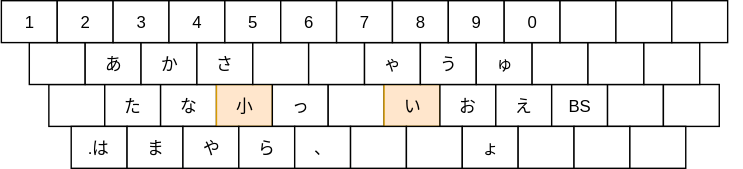
Before: layout_image.drawio.svg, a diagram exported from draw.io (funatsufumiya/pc-f-layout). Source tidied: cells renumbered, new cells last; positions are measured from the earlier drawing's top-left corner, leaving out a move shared by most shapes.
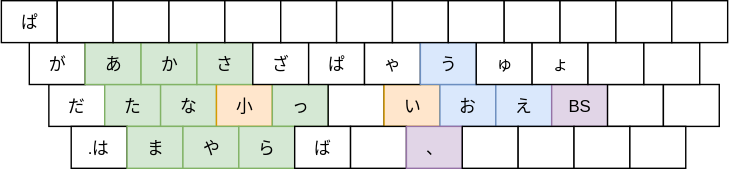
The same diagram one commit later.

Diff of the diagram source:
```diff
@@ -2,19 +2,19 @@
   <root>
     <mxCell id="0" />
     <mxCell id="1" parent="0" />
-    <mxCell id="2" style="rounded=0;whiteSpace=wrap;html=1;" parent="1" vertex="1">
+    <mxCell id="2" value="だ" style="rounded=0;whiteSpace=wrap;html=1;" parent="1" vertex="1">
       <mxGeometry x="34" y="60" width="40" height="30" as="geometry" />
     </mxCell>
-    <mxCell id="3" value="た" style="rounded=0;whiteSpace=wrap;html=1;" parent="1" vertex="1">
+    <mxCell id="3" value="た" style="rounded=0;whiteSpace=wrap;html=1;fillColor=#d5e8d4;strokeColor=#82b366;" parent="1" vertex="1">
       <mxGeometry x="74" y="60" width="40" height="30" as="geometry" />
     </mxCell>
-    <mxCell id="4" value="な" style="rounded=0;whiteSpace=wrap;html=1;" parent="1" vertex="1">
+    <mxCell id="4" value="な" style="rounded=0;whiteSpace=wrap;html=1;fillColor=#d5e8d4;strokeColor=#82b366;" parent="1" vertex="1">
       <mxGeometry x="114" y="60" width="40" height="30" as="geometry" />
     </mxCell>
     <mxCell id="5" value="小" style="rounded=0;whiteSpace=wrap;html=1;fillColor=#ffe6cc;strokeColor=#d79b00;" parent="1" vertex="1">
       <mxGeometry x="154" y="60" width="40" height="30" as="geometry" />
     </mxCell>
-    <mxCell id="6" value="っ" style="rounded=0;whiteSpace=wrap;html=1;" parent="1" vertex="1">
+    <mxCell id="6" value="っ" style="rounded=0;whiteSpace=wrap;html=1;fillColor=#d5e8d4;strokeColor=#82b366;" parent="1" vertex="1">
       <mxGeometry x="194" y="60" width="40" height="30" as="geometry" />
     </mxCell>
     <mxCell id="7" style="rounded=0;whiteSpace=wrap;html=1;" parent="1" vertex="1">
@@ -23,13 +23,13 @@
     <mxCell id="8" value="い" style="rounded=0;whiteSpace=wrap;html=1;fillColor=#ffe6cc;strokeColor=#d79b00;" parent="1" vertex="1">
       <mxGeometry x="274" y="60" width="40" height="30" as="geometry" />
     </mxCell>
-    <mxCell id="9" value="お" style="rounded=0;whiteSpace=wrap;html=1;" parent="1" vertex="1">
+    <mxCell id="9" value="お" style="rounded=0;whiteSpace=wrap;html=1;fillColor=#dae8fc;strokeColor=#6c8ebf;" parent="1" vertex="1">
       <mxGeometry x="314" y="60" width="40" height="30" as="geometry" />
     </mxCell>
-    <mxCell id="10" value="え" style="rounded=0;whiteSpace=wrap;html=1;" parent="1" vertex="1">
+    <mxCell id="10" value="え" style="rounded=0;whiteSpace=wrap;html=1;fillColor=#dae8fc;strokeColor=#6c8ebf;" parent="1" vertex="1">
       <mxGeometry x="354" y="60" width="40" height="30" as="geometry" />
     </mxCell>
-    <mxCell id="11" value="BS" style="rounded=0;whiteSpace=wrap;html=1;" parent="1" vertex="1">
+    <mxCell id="11" value="BS" style="rounded=0;whiteSpace=wrap;html=1;fillColor=#e1d5e7;strokeColor=#9673a6;" parent="1" vertex="1">
       <mxGeometry x="394" y="60" width="40" height="30" as="geometry" />
     </mxCell>
     <mxCell id="12" style="rounded=0;whiteSpace=wrap;html=1;" parent="1" vertex="1">
@@ -44,25 +44,25 @@
     <mxCell id="15" value=".は" style="rounded=0;whiteSpace=wrap;html=1;" parent="14" vertex="1">
       <mxGeometry width="40" height="30" as="geometry" />
     </mxCell>
-    <mxCell id="16" value="ま" style="rounded=0;whiteSpace=wrap;html=1;" parent="14" vertex="1">
+    <mxCell id="16" value="ま" style="rounded=0;whiteSpace=wrap;html=1;fillColor=#d5e8d4;strokeColor=#82b366;" parent="14" vertex="1">
       <mxGeometry x="40" width="40" height="30" as="geometry" />
     </mxCell>
-    <mxCell id="17" value="や" style="rounded=0;whiteSpace=wrap;html=1;" parent="14" vertex="1">
+    <mxCell id="17" value="や" style="rounded=0;whiteSpace=wrap;html=1;fillColor=#d5e8d4;strokeColor=#82b366;" parent="14" vertex="1">
       <mxGeometry x="80" width="40" height="30" as="geometry" />
     </mxCell>
-    <mxCell id="18" value="ら" style="rounded=0;whiteSpace=wrap;html=1;" parent="14" vertex="1">
+    <mxCell id="18" value="ら" style="rounded=0;whiteSpace=wrap;html=1;fillColor=#d5e8d4;strokeColor=#82b366;" parent="14" vertex="1">
       <mxGeometry x="120" width="40" height="30" as="geometry" />
     </mxCell>
-    <mxCell id="19" value="、" style="rounded=0;whiteSpace=wrap;html=1;" parent="14" vertex="1">
+    <mxCell id="19" value="ば" style="rounded=0;whiteSpace=wrap;html=1;" parent="14" vertex="1">
       <mxGeometry x="160" width="40" height="30" as="geometry" />
     </mxCell>
     <mxCell id="20" style="rounded=0;whiteSpace=wrap;html=1;" parent="14" vertex="1">
       <mxGeometry x="200" width="40" height="30" as="geometry" />
     </mxCell>
-    <mxCell id="21" style="rounded=0;whiteSpace=wrap;html=1;" parent="14" vertex="1">
+    <mxCell id="21" value="、" style="rounded=0;whiteSpace=wrap;html=1;fillColor=#e1d5e7;strokeColor=#9673a6;" parent="14" vertex="1">
       <mxGeometry x="240" width="40" height="30" as="geometry" />
     </mxCell>
-    <mxCell id="22" value="ょ" style="rounded=0;whiteSpace=wrap;html=1;" parent="14" vertex="1">
+    <mxCell id="22" style="rounded=0;whiteSpace=wrap;html=1;" parent="14" vertex="1">
       <mxGeometry x="280" width="40" height="30" as="geometry" />
     </mxCell>
     <mxCell id="23" style="rounded=0;whiteSpace=wrap;html=1;" parent="14" vertex="1">
@@ -80,34 +80,34 @@
     <mxCell id="27" style="group;" parent="26" vertex="1">
       <mxGeometry width="480" height="30" as="geometry" />
     </mxCell>
-    <mxCell id="28" style="rounded=0;whiteSpace=wrap;html=1;" parent="27" vertex="1">
+    <mxCell id="28" value="が" style="rounded=0;whiteSpace=wrap;html=1;" parent="27" vertex="1">
       <mxGeometry width="40" height="30" as="geometry" />
     </mxCell>
-    <mxCell id="29" value="あ" style="rounded=0;whiteSpace=wrap;html=1;" parent="27" vertex="1">
+    <mxCell id="29" value="あ" style="rounded=0;whiteSpace=wrap;html=1;fillColor=#d5e8d4;strokeColor=#82b366;" parent="27" vertex="1">
       <mxGeometry x="40" width="40" height="30" as="geometry" />
     </mxCell>
-    <mxCell id="30" value="か" style="rounded=0;whiteSpace=wrap;html=1;" parent="27" vertex="1">
+    <mxCell id="30" value="か" style="rounded=0;whiteSpace=wrap;html=1;fillColor=#d5e8d4;strokeColor=#82b366;" parent="27" vertex="1">
       <mxGeometry x="80" width="40" height="30" as="geometry" />
     </mxCell>
-    <mxCell id="31" value="さ" style="rounded=0;whiteSpace=wrap;html=1;" parent="27" vertex="1">
+    <mxCell id="31" value="さ" style="rounded=0;whiteSpace=wrap;html=1;fillColor=#d5e8d4;strokeColor=#82b366;" parent="27" vertex="1">
       <mxGeometry x="120" width="40" height="30" as="geometry" />
     </mxCell>
-    <mxCell id="32" style="rounded=0;whiteSpace=wrap;html=1;" parent="27" vertex="1">
+    <mxCell id="32" value="ざ" style="rounded=0;whiteSpace=wrap;html=1;" parent="27" vertex="1">
       <mxGeometry x="160" width="40" height="30" as="geometry" />
     </mxCell>
-    <mxCell id="33" style="rounded=0;whiteSpace=wrap;html=1;" parent="27" vertex="1">
+    <mxCell id="33" value="ぱ" style="rounded=0;whiteSpace=wrap;html=1;" parent="27" vertex="1">
       <mxGeometry x="200" width="40" height="30" as="geometry" />
     </mxCell>
     <mxCell id="34" value="ゃ" style="rounded=0;whiteSpace=wrap;html=1;" parent="27" vertex="1">
       <mxGeometry x="240" width="40" height="30" as="geometry" />
     </mxCell>
-    <mxCell id="35" value="う" style="rounded=0;whiteSpace=wrap;html=1;" parent="27" vertex="1">
+    <mxCell id="35" value="う" style="rounded=0;whiteSpace=wrap;html=1;fillColor=#dae8fc;strokeColor=#6c8ebf;" parent="27" vertex="1">
       <mxGeometry x="280" width="40" height="30" as="geometry" />
     </mxCell>
     <mxCell id="36" value="ゅ" style="rounded=0;whiteSpace=wrap;html=1;" parent="27" vertex="1">
       <mxGeometry x="320" width="40" height="30" as="geometry" />
     </mxCell>
-    <mxCell id="37" style="rounded=0;whiteSpace=wrap;html=1;" parent="27" vertex="1">
+    <mxCell id="37" value="ょ" style="rounded=0;whiteSpace=wrap;html=1;" parent="27" vertex="1">
       <mxGeometry x="360" width="40" height="30" as="geometry" />
     </mxCell>
     <mxCell id="38" style="rounded=0;whiteSpace=wrap;html=1;" parent="27" vertex="1">
@@ -122,34 +122,34 @@
     <mxCell id="41" style="group;" parent="40" vertex="1">
       <mxGeometry width="480" height="30" as="geometry" />
     </mxCell>
-    <mxCell id="42" value="1" style="rounded=0;whiteSpace=wrap;html=1;" parent="41" vertex="1">
+    <mxCell id="42" value="ぱ" style="rounded=0;whiteSpace=wrap;html=1;" parent="41" vertex="1">
       <mxGeometry width="40" height="30" as="geometry" />
     </mxCell>
-    <mxCell id="43" value="2" style="rounded=0;whiteSpace=wrap;html=1;" parent="41" vertex="1">
+    <mxCell id="43" style="rounded=0;whiteSpace=wrap;html=1;" parent="41" vertex="1">
       <mxGeometry x="40" width="40" height="30" as="geometry" />
     </mxCell>
-    <mxCell id="44" value="3" style="rounded=0;whiteSpace=wrap;html=1;" parent="41" vertex="1">
+    <mxCell id="44" style="rounded=0;whiteSpace=wrap;html=1;" parent="41" vertex="1">
       <mxGeometry x="80" width="40" height="30" as="geometry" />
     </mxCell>
-    <mxCell id="45" value="4" style="rounded=0;whiteSpace=wrap;html=1;" parent="41" vertex="1">
+    <mxCell id="45" style="rounded=0;whiteSpace=wrap;html=1;" parent="41" vertex="1">
       <mxGeometry x="120" width="40" height="30" as="geometry" />
     </mxCell>
-    <mxCell id="46" value="5" style="rounded=0;whiteSpace=wrap;html=1;" parent="41" vertex="1">
+    <mxCell id="46" style="rounded=0;whiteSpace=wrap;html=1;" parent="41" vertex="1">
       <mxGeometry x="160" width="40" height="30" as="geometry" />
     </mxCell>
-    <mxCell id="47" value="6" style="rounded=0;whiteSpace=wrap;html=1;" parent="41" vertex="1">
+    <mxCell id="47" style="rounded=0;whiteSpace=wrap;html=1;" parent="41" vertex="1">
       <mxGeometry x="200" width="40" height="30" as="geometry" />
     </mxCell>
-    <mxCell id="48" value="7" style="rounded=0;whiteSpace=wrap;html=1;" parent="41" vertex="1">
+    <mxCell id="48" style="rounded=0;whiteSpace=wrap;html=1;" parent="41" vertex="1">
       <mxGeometry x="240" width="40" height="30" as="geometry" />
     </mxCell>
-    <mxCell id="49" value="8" style="rounded=0;whiteSpace=wrap;html=1;" parent="41" vertex="1">
+    <mxCell id="49" style="rounded=0;whiteSpace=wrap;html=1;" parent="41" vertex="1">
       <mxGeometry x="280" width="40" height="30" as="geometry" />
     </mxCell>
-    <mxCell id="50" value="9" style="rounded=0;whiteSpace=wrap;html=1;" parent="41" vertex="1">
+    <mxCell id="50" style="rounded=0;whiteSpace=wrap;html=1;" parent="41" vertex="1">
       <mxGeometry x="320" width="40" height="30" as="geometry" />
     </mxCell>
-    <mxCell id="51" value="0" style="rounded=0;whiteSpace=wrap;html=1;" parent="41" vertex="1">
+    <mxCell id="51" style="rounded=0;whiteSpace=wrap;html=1;" parent="41" vertex="1">
       <mxGeometry x="360" width="40" height="30" as="geometry" />
     </mxCell>
     <mxCell id="52" style="rounded=0;whiteSpace=wrap;html=1;" parent="41" vertex="1">
```
